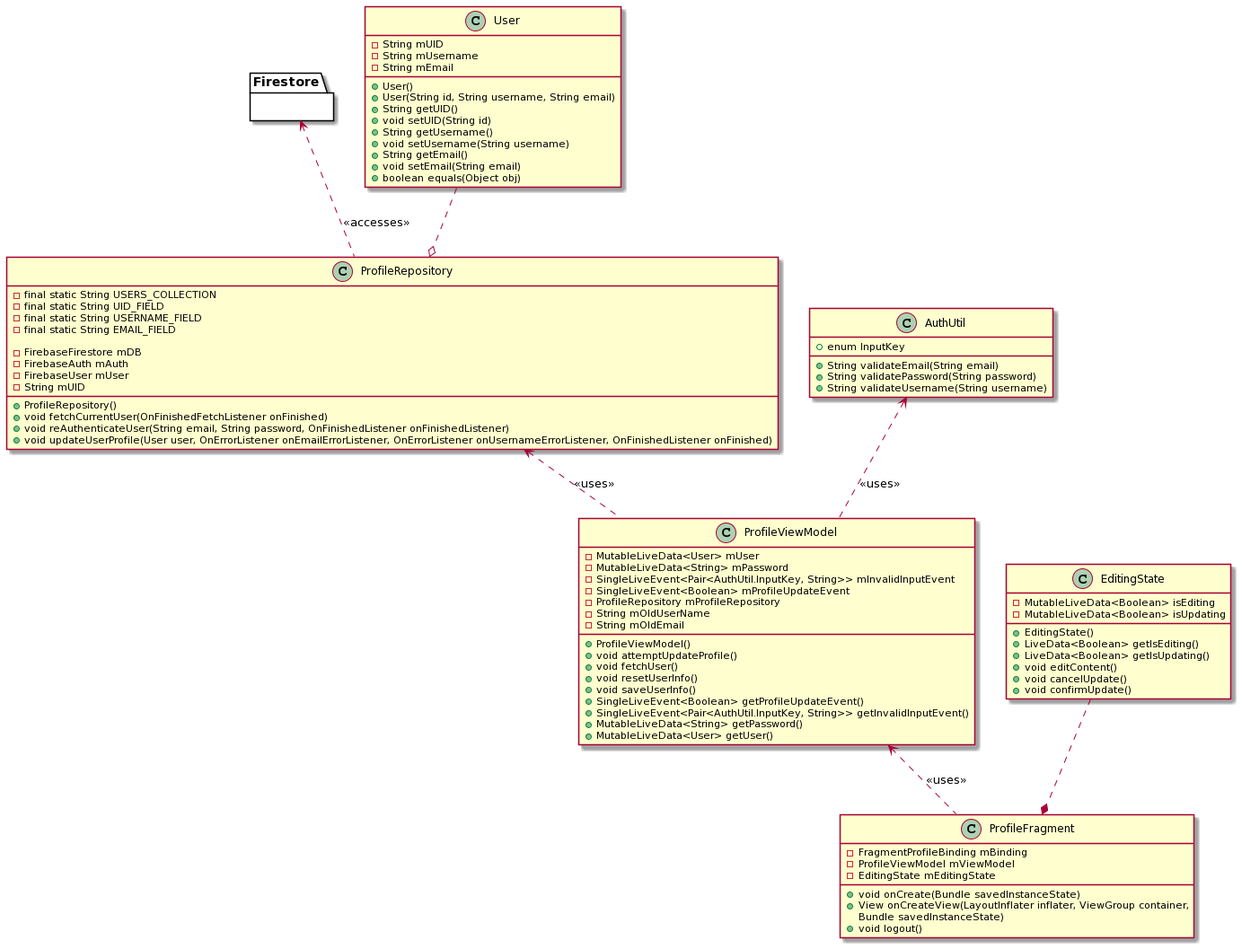
Above: doc/UML/Profile_updated.png in CMPUT301F20T24/Unlibrary (PlantUML), before the change. Its diagram source:
```plantuml
@startuml
class ProfileFragment {
-FragmentProfileBinding mBinding
-ProfileViewModel mViewModel
-EditingState mEditingState

+void onCreate(Bundle savedInstanceState)
+View onCreateView(LayoutInflater inflater, ViewGroup container,
                              Bundle savedInstanceState)
+void logout()
}

class EditingState {
-MutableLiveData<Boolean> isEditing
-MutableLiveData<Boolean> isUpdating
+EditingState()
+LiveData<Boolean> getIsEditing()
+LiveData<Boolean> getIsUpdating()
+void editContent()
+void cancelUpdate()
+void confirmUpdate()
}

EditingState ..* ProfileFragment

class ProfileViewModel {
-MutableLiveData<User> mUser
-MutableLiveData<String> mPassword
-SingleLiveEvent<Pair<AuthUtil.InputKey, String>> mInvalidInputEvent
-SingleLiveEvent<Boolean> mProfileUpdateEvent
-ProfileRepository mProfileRepository
-String mOldUserName
-String mOldEmail

+ProfileViewModel()
+void attemptUpdateProfile()
+void fetchUser()
+void resetUserInfo()
+void saveUserInfo()
+SingleLiveEvent<Boolean> getProfileUpdateEvent()
+SingleLiveEvent<Pair<AuthUtil.InputKey, String>> getInvalidInputEvent()
+MutableLiveData<String> getPassword()
+MutableLiveData<User> getUser()
}

ProfileViewModel <.. ProfileFragment: <<uses>>
package Firestore {

}

class User {
-String mUID
-String mUsername
-String mEmail
+User()
+User(String id, String username, String email)
+String getUID()
+void setUID(String id)
+String getUsername()
+void setUsername(String username)
+String getEmail()
+void setEmail(String email)
+boolean equals(Object obj)
}

User ..o ProfileRepository
Firestore <.. ProfileRepository: <<accesses>>

class ProfileRepository {
-final static String USERS_COLLECTION
-final static String UID_FIELD
-final static String USERNAME_FIELD
-final static String EMAIL_FIELD

-FirebaseFirestore mDB
-FirebaseAuth mAuth
-FirebaseUser mUser
-String mUID
+ProfileRepository()
+void fetchCurrentUser(OnFinishedFetchListener onFinished)
+void reAuthenticateUser(String email, String password, OnFinishedListener onFinishedListener)
+void updateUserProfile(User user, OnErrorListener onEmailErrorListener, OnErrorListener onUsernameErrorListener, OnFinishedListener onFinished)
}
ProfileRepository <.. ProfileViewModel: <<uses>>

class AuthUtil{
+enum InputKey
+String validateEmail(String email)
+String validatePassword(String password)
+String validateUsername(String username)
}

AuthUtil <.. ProfileViewModel: <<uses>>
@enduml
```
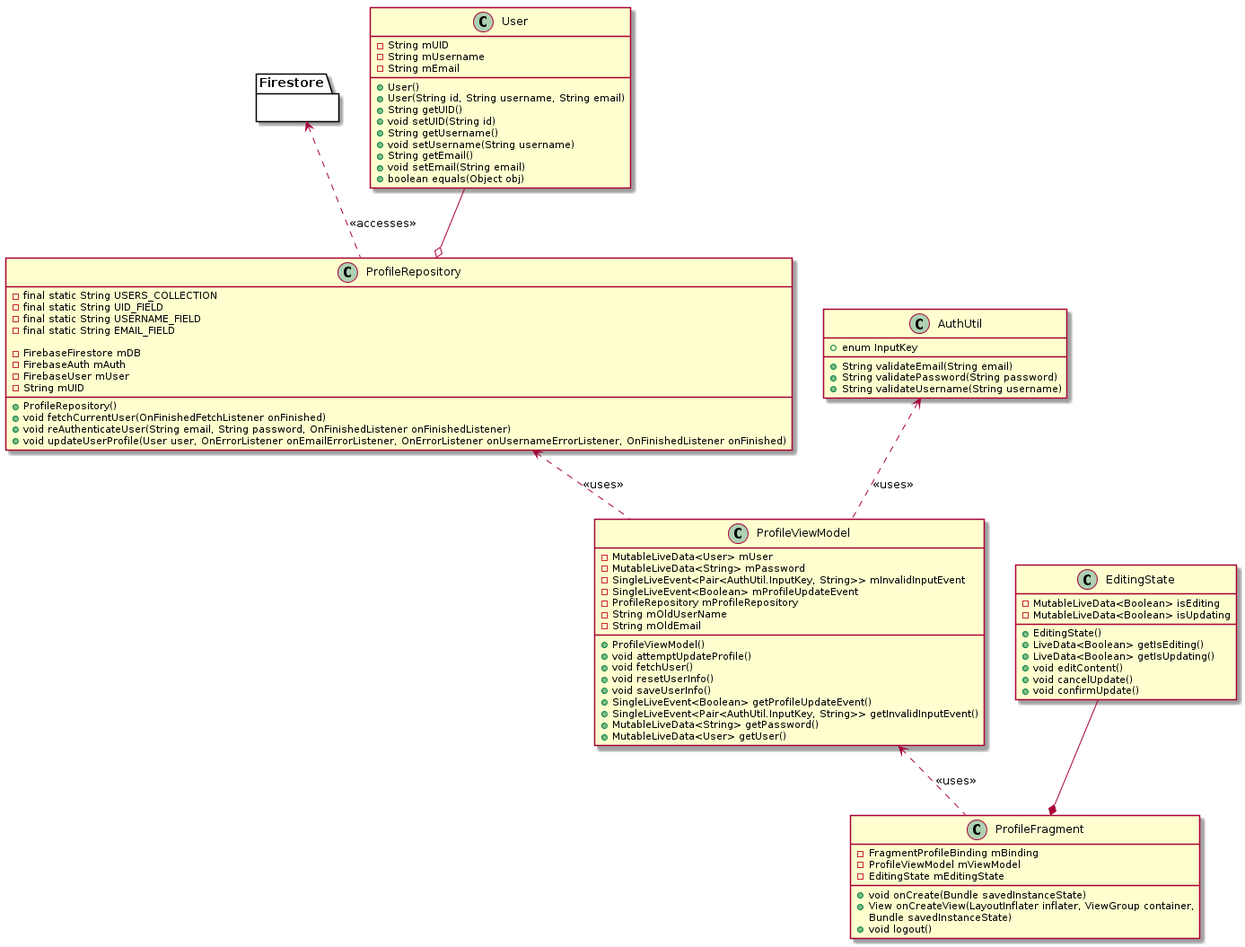
Above is the later version.

What changed in the source:
```diff
@@ -1,4 +1,5 @@
 @startuml
+
 class ProfileFragment {
 -FragmentProfileBinding mBinding
 -ProfileViewModel mViewModel
@@ -21,7 +22,7 @@
 +void confirmUpdate()
 }
 
-EditingState ..* ProfileFragment
+EditingState --* ProfileFragment
 
 class ProfileViewModel {
 -MutableLiveData<User> mUser
@@ -63,7 +64,7 @@
 +boolean equals(Object obj)
 }
 
-User ..o ProfileRepository
+User --o ProfileRepository
 Firestore <.. ProfileRepository: <<accesses>>
 
 class ProfileRepository {
```
